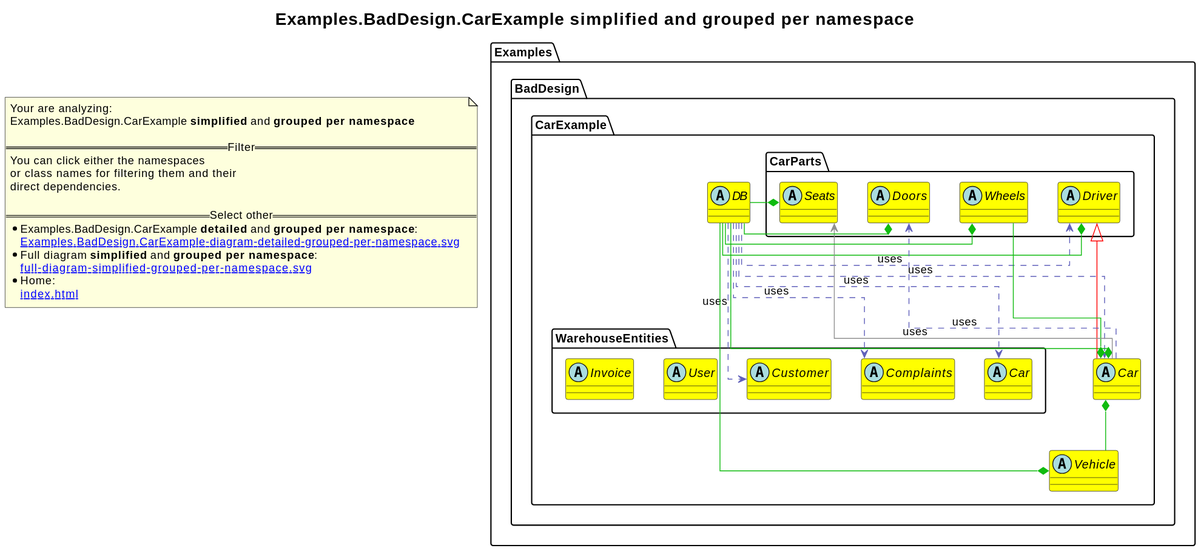
The PlantUML diagram revenger-csharp-adapter.out/Examples.BadDesign.CarExample-diagram-simplified-grouped-per-namespace.svg in 2BlackCoffees/revenger, before a commit. Source of this version:
```plantuml
@startuml
skinparam linetype ortho
title <size:20>Examples.BadDesign.CarExample **simplified** and **grouped per namespace**</size>
note "Your are analyzing:\nExamples.BadDesign.CarExample **simplified** and **grouped per namespace**\n\n==Filter==\nYou can click either the namespaces \nor class names for filtering them and their\ndirect dependencies.\n\n==Select other==\n* Examples.BadDesign.CarExample **detailed** and **grouped per namespace**:\n   [[Examples.BadDesign.CarExample-diagram-detailed-grouped-per-namespace.svg]]\n* Full diagram **simplified** and **grouped per namespace**:\n   [[full-diagram-simplified-grouped-per-namespace.svg]]\n* Home:\n   [[index.html]]" as FloatingNote
namespace Examples [[Examples-diagram-simplified-grouped-per-namespace.svg]] {
namespace Examples.BadDesign [[Examples.BadDesign-diagram-simplified-grouped-per-namespace.svg]] {
namespace Examples.BadDesign.CarExample [[Examples.BadDesign.CarExample-diagram-simplified-grouped-per-namespace.svg]] {
    abstract class Examples.BadDesign.CarExample.DB [[Examples.BadDesign.CarExample.DB-diagram-simplified-grouped-per-namespace.svg]] #yellow {
    }
    abstract class Examples.BadDesign.CarExample.Car [[Examples.BadDesign.CarExample.Car-diagram-simplified-grouped-per-namespace.svg]] #yellow {
    }
    abstract class Examples.BadDesign.CarExample.Vehicle [[Examples.BadDesign.CarExample.Vehicle-diagram-simplified-grouped-per-namespace.svg]] #yellow {
    }
}
}
}
namespace Examples [[Examples-diagram-simplified-grouped-per-namespace.svg]] {
namespace Examples.BadDesign [[Examples.BadDesign-diagram-simplified-grouped-per-namespace.svg]] {
namespace Examples.BadDesign.CarExample [[Examples.BadDesign.CarExample-diagram-simplified-grouped-per-namespace.svg]] {
namespace Examples.BadDesign.CarExample.CarParts [[Examples.BadDesign.CarExample.CarParts-diagram-simplified-grouped-per-namespace.svg]] {
      abstract class Examples.BadDesign.CarExample.CarParts.Driver [[Examples.BadDesign.CarExample.CarParts.Driver-diagram-simplified-grouped-per-namespace.svg]] #yellow {
      }
      abstract class Examples.BadDesign.CarExample.CarParts.Wheels [[Examples.BadDesign.CarExample.CarParts.Wheels-diagram-simplified-grouped-per-namespace.svg]] #yellow {
      }
      abstract class Examples.BadDesign.CarExample.CarParts.Doors [[Examples.BadDesign.CarExample.CarParts.Doors-diagram-simplified-grouped-per-namespace.svg]] #yellow {
      }
      abstract class Examples.BadDesign.CarExample.CarParts.Seats [[Examples.BadDesign.CarExample.CarParts.Seats-diagram-simplified-grouped-per-namespace.svg]] #yellow {
      }
}
}
}
}
namespace Examples [[Examples-diagram-simplified-grouped-per-namespace.svg]] {
namespace Examples.BadDesign [[Examples.BadDesign-diagram-simplified-grouped-per-namespace.svg]] {
namespace Examples.BadDesign.CarExample [[Examples.BadDesign.CarExample-diagram-simplified-grouped-per-namespace.svg]] {
namespace Examples.BadDesign.CarExample.WarehouseEntities [[Examples.BadDesign.CarExample.WarehouseEntities-diagram-simplified-grouped-per-namespace.svg]] {
      abstract class Examples.BadDesign.CarExample.WarehouseEntities.Car [[Examples.BadDesign.CarExample.WarehouseEntities.Car-diagram-simplified-grouped-per-namespace.svg]] #yellow {
      }
      abstract class Examples.BadDesign.CarExample.WarehouseEntities.Complaints [[Examples.BadDesign.CarExample.WarehouseEntities.Complaints-diagram-simplified-grouped-per-namespace.svg]] #yellow {
      }
      abstract class Examples.BadDesign.CarExample.WarehouseEntities.Customer [[Examples.BadDesign.CarExample.WarehouseEntities.Customer-diagram-simplified-grouped-per-namespace.svg]] #yellow {
      }
      abstract class Examples.BadDesign.CarExample.WarehouseEntities.User [[Examples.BadDesign.CarExample.WarehouseEntities.User-diagram-simplified-grouped-per-namespace.svg]] #yellow {
      }
      abstract class Examples.BadDesign.CarExample.WarehouseEntities.Invoice [[Examples.BadDesign.CarExample.WarehouseEntities.Invoice-diagram-simplified-grouped-per-namespace.svg]] #yellow {
      }
}
}
}
}
Examples.BadDesign.CarExample.DB .[#6060BB].> Examples.BadDesign.CarExample.WarehouseEntities.Car  : uses
Examples.BadDesign.CarExample.DB .[#6060BB].> Examples.BadDesign.CarExample.WarehouseEntities.Complaints  : uses
Examples.BadDesign.CarExample.DB .[#6060BB].> Examples.BadDesign.CarExample.WarehouseEntities.Customer  : uses
Examples.BadDesign.CarExample.DB .[#6060BB].> Examples.BadDesign.CarExample.CarParts.Driver  : uses
Examples.BadDesign.CarExample.DB .[#6060BB].> Examples.BadDesign.CarExample.Car  : uses
Examples.BadDesign.CarExample.CarParts.Driver <|-[#red]- Examples.BadDesign.CarExample.Car
Examples.BadDesign.CarExample.Car *-[#10BB10]- Examples.BadDesign.CarExample.CarParts.Wheels
Examples.BadDesign.CarExample.Car *-[#10BB10]- Examples.BadDesign.CarExample.Vehicle
Examples.BadDesign.CarExample.Car *-[#10BB10]- Examples.BadDesign.CarExample.DB
Examples.BadDesign.CarExample.Car .[#6060BB].> Examples.BadDesign.CarExample.CarParts.Doors  : uses
Examples.BadDesign.CarExample.Car -[#909090]-> Examples.BadDesign.CarExample.CarParts.Seats  : uses
Examples.BadDesign.CarExample.Vehicle *-[#10BB10]- Examples.BadDesign.CarExample.DB
Examples.BadDesign.CarExample.CarParts.Driver *-[#10BB10]- Examples.BadDesign.CarExample.DB
Examples.BadDesign.CarExample.CarParts.Wheels *-[#10BB10]- Examples.BadDesign.CarExample.DB
Examples.BadDesign.CarExample.CarParts.Doors *-[#10BB10]- Examples.BadDesign.CarExample.DB
Examples.BadDesign.CarExample.CarParts.Seats *-[#10BB10]- Examples.BadDesign.CarExample.DB
@enduml
```
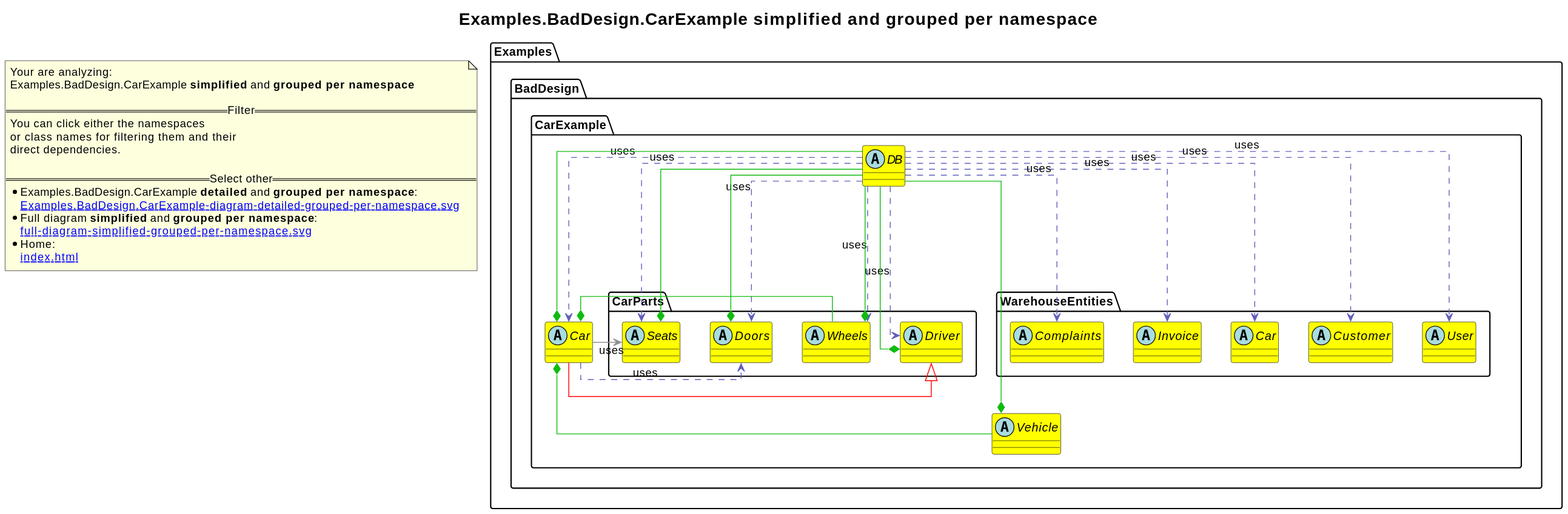
After the commit.

What changed in the source:
```diff
@@ -34,25 +34,30 @@
 namespace Examples.BadDesign [[Examples.BadDesign-diagram-simplified-grouped-per-namespace.svg]] {
 namespace Examples.BadDesign.CarExample [[Examples.BadDesign.CarExample-diagram-simplified-grouped-per-namespace.svg]] {
 namespace Examples.BadDesign.CarExample.WarehouseEntities [[Examples.BadDesign.CarExample.WarehouseEntities-diagram-simplified-grouped-per-namespace.svg]] {
-      abstract class Examples.BadDesign.CarExample.WarehouseEntities.Car [[Examples.BadDesign.CarExample.WarehouseEntities.Car-diagram-simplified-grouped-per-namespace.svg]] #yellow {
-      }
-      abstract class Examples.BadDesign.CarExample.WarehouseEntities.Complaints [[Examples.BadDesign.CarExample.WarehouseEntities.Complaints-diagram-simplified-grouped-per-namespace.svg]] #yellow {
+      abstract class Examples.BadDesign.CarExample.WarehouseEntities.User [[Examples.BadDesign.CarExample.WarehouseEntities.User-diagram-simplified-grouped-per-namespace.svg]] #yellow {
       }
       abstract class Examples.BadDesign.CarExample.WarehouseEntities.Customer [[Examples.BadDesign.CarExample.WarehouseEntities.Customer-diagram-simplified-grouped-per-namespace.svg]] #yellow {
       }
-      abstract class Examples.BadDesign.CarExample.WarehouseEntities.User [[Examples.BadDesign.CarExample.WarehouseEntities.User-diagram-simplified-grouped-per-namespace.svg]] #yellow {
+      abstract class Examples.BadDesign.CarExample.WarehouseEntities.Car [[Examples.BadDesign.CarExample.WarehouseEntities.Car-diagram-simplified-grouped-per-namespace.svg]] #yellow {
       }
       abstract class Examples.BadDesign.CarExample.WarehouseEntities.Invoice [[Examples.BadDesign.CarExample.WarehouseEntities.Invoice-diagram-simplified-grouped-per-namespace.svg]] #yellow {
+      }
+      abstract class Examples.BadDesign.CarExample.WarehouseEntities.Complaints [[Examples.BadDesign.CarExample.WarehouseEntities.Complaints-diagram-simplified-grouped-per-namespace.svg]] #yellow {
       }
 }
 }
 }
 }
+Examples.BadDesign.CarExample.DB .[#6060BB].> Examples.BadDesign.CarExample.WarehouseEntities.User  : uses
+Examples.BadDesign.CarExample.DB .[#6060BB].> Examples.BadDesign.CarExample.WarehouseEntities.Customer  : uses
 Examples.BadDesign.CarExample.DB .[#6060BB].> Examples.BadDesign.CarExample.WarehouseEntities.Car  : uses
+Examples.BadDesign.CarExample.DB .[#6060BB].> Examples.BadDesign.CarExample.WarehouseEntities.Invoice  : uses
 Examples.BadDesign.CarExample.DB .[#6060BB].> Examples.BadDesign.CarExample.WarehouseEntities.Complaints  : uses
-Examples.BadDesign.CarExample.DB .[#6060BB].> Examples.BadDesign.CarExample.WarehouseEntities.Customer  : uses
+Examples.BadDesign.CarExample.DB .[#6060BB].> Examples.BadDesign.CarExample.Car  : uses
 Examples.BadDesign.CarExample.DB .[#6060BB].> Examples.BadDesign.CarExample.CarParts.Driver  : uses
-Examples.BadDesign.CarExample.DB .[#6060BB].> Examples.BadDesign.CarExample.Car  : uses
+Examples.BadDesign.CarExample.DB .[#6060BB].> Examples.BadDesign.CarExample.CarParts.Wheels  : uses
+Examples.BadDesign.CarExample.DB .[#6060BB].> Examples.BadDesign.CarExample.CarParts.Doors  : uses
+Examples.BadDesign.CarExample.DB .[#6060BB].> Examples.BadDesign.CarExample.CarParts.Seats  : uses
 Examples.BadDesign.CarExample.CarParts.Driver <|-[#red]- Examples.BadDesign.CarExample.Car
 Examples.BadDesign.CarExample.Car *-[#10BB10]- Examples.BadDesign.CarExample.CarParts.Wheels
 Examples.BadDesign.CarExample.Car *-[#10BB10]- Examples.BadDesign.CarExample.Vehicle
```
